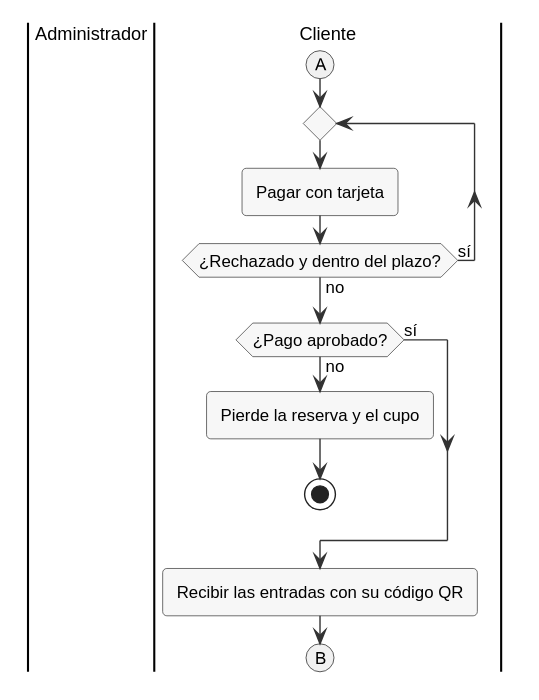
Above: docs/diagramas/actividad-2-pago.svg in MaximoAmbro/TrabajoDeDiploma (PlantUML), before the change.
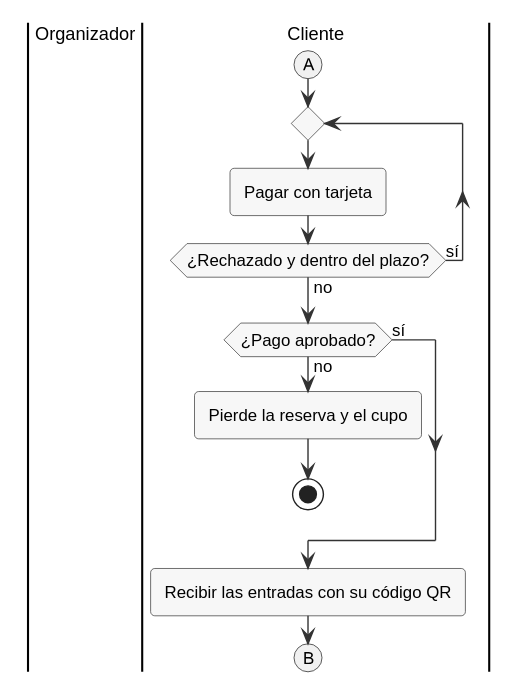
After the change.

The edit, as a diff of the source:
```diff
@@ -8,7 +8,7 @@
 skinparam ActivityBackgroundColor #F7F7F7
 skinparam ActivityDiamondBackgroundColor #F7F7F7
 
-|Administrador|
+|Organizador|
 |Cliente|
 (A)
 repeat
```
